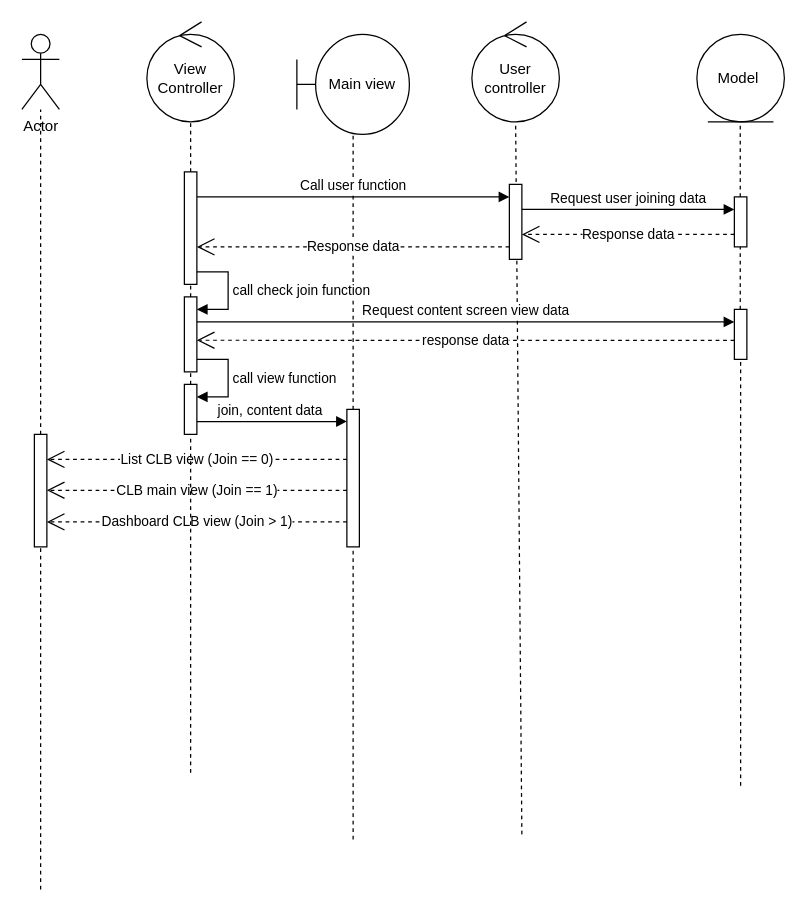
Before: page "Main view" (5 of 7) of diagram.drawio in ZanhhTrann/finall_project-, a draw.io diagram. Source tidied: cells renumbered, new cells numbered last; positions are measured from the earlier drawing's top-left corner, leaving out a move shared by most shapes. Both pictures are drawn from the tidied source at 125%, with x=0, y=0 at pixel (21, 21).
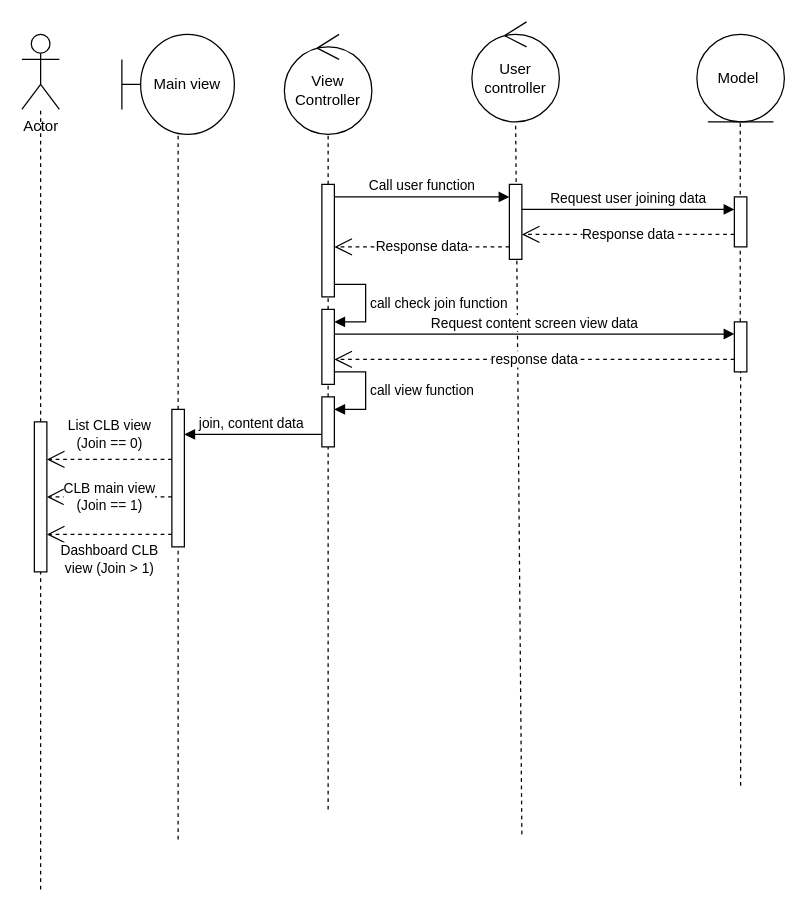
After the change.

Unchanged cells that the change refers to:
```xml
<mxCell id="10" style="html=1;points=[[0,0,0,0,5],[0,1,0,0,-5],[1,0,0,0,5],[1,1,0,0,-5]];perimeter=orthogonalPerimeter;outlineConnect=0;targetShapes=umlLifeline;portConstraint=eastwest;newEdgeStyle={&quot;curved&quot;:0,&quot;rounded&quot;:0};" parent="1" vertex="1">
  <mxGeometry x="390" y="130" width="10" height="60" as="geometry" />
</mxCell>
```

Change to the diagram source:
```diff
@@
     <mxCell id="3" value="Main view" style="shape=umlBoundary;whiteSpace=wrap;html=1;" parent="1" vertex="1">
-      <mxGeometry x="220" y="10" width="90" height="80" as="geometry" />
+      <mxGeometry x="80" y="10" width="90" height="80" as="geometry" />
     </mxCell>
@@
     <mxCell id="15" value="View Controller" style="ellipse;shape=umlControl;whiteSpace=wrap;html=1;" parent="1" vertex="1">
-      <mxGeometry x="100" width="70" height="80" as="geometry" />
+      <mxGeometry x="210" y="10" width="70" height="80" as="geometry" />
     </mxCell>
     <mxCell id="16" style="endArrow=none;dashed=1;html=1;rounded=0;" parent="1" edge="1" source="21">
       <mxGeometry relative="1" as="geometry">
-        <mxPoint x="135" y="80" as="targetPoint" />
+        <mxPoint x="245" y="90" as="targetPoint" />
       </mxGeometry>
     </mxCell>
@@
     <mxCell id="18" style="html=1;points=[[0,0,0,0,5],[0,1,0,0,-5],[1,0,0,0,5],[1,1,0,0,-5]];perimeter=orthogonalPerimeter;outlineConnect=0;targetShapes=umlLifeline;portConstraint=eastwest;newEdgeStyle={&quot;curved&quot;:0,&quot;rounded&quot;:0};" parent="1" vertex="1">
-      <mxGeometry x="130" y="220" width="10" height="60" as="geometry" />
+      <mxGeometry x="240" y="230" width="10" height="60" as="geometry" />
     </mxCell>
-    <mxCell id="19" value="&lt;div style=&quot;text-align: left;&quot;&gt;Call user function&lt;/div&gt;" style="html=1;verticalAlign=bottom;endArrow=block;curved=0;rounded=0;" parent="1" edge="1" target="10">
+    <mxCell id="19" value="&lt;div style=&quot;text-align: left;&quot;&gt;Call user function&lt;/div&gt;" style="html=1;verticalAlign=bottom;endArrow=block;curved=0;rounded=0;" parent="1" edge="1" source="21" target="10">
       <mxGeometry relative="1" as="geometry">
-        <mxPoint x="140" y="140" as="sourcePoint" />
         <Array as="points">
           <mxPoint x="390" y="140" />
         </Array>
       </mxGeometry>
     </mxCell>
@@
     <mxCell id="21" style="html=1;points=[[0,0,0,0,5],[0,1,0,0,-5],[1,0,0,0,5],[1,1,0,0,-5]];perimeter=orthogonalPerimeter;outlineConnect=0;targetShapes=umlLifeline;portConstraint=eastwest;newEdgeStyle={&quot;curved&quot;:0,&quot;rounded&quot;:0};" parent="1" vertex="1">
-      <mxGeometry x="130" y="120" width="10" height="90" as="geometry" />
+      <mxGeometry x="240" y="130" width="10" height="90" as="geometry" />
     </mxCell>
-    <mxCell id="22" value="Response data" style="endArrow=open;endSize=12;dashed=1;html=1;rounded=0;" parent="1" edge="1" source="10">
+    <mxCell id="22" value="Response data" style="endArrow=open;endSize=12;dashed=1;html=1;rounded=0;" parent="1" edge="1">
       <mxGeometry relative="1" as="geometry">
-        <mxPoint x="140" y="180" as="targetPoint" />
+        <mxPoint x="390" y="180" as="sourcePoint" />
+        <mxPoint x="250" y="180" as="targetPoint" />
       </mxGeometry>
     </mxCell>
     <mxCell id="23" value="call check join function&amp;nbsp;" style="html=1;align=left;spacingLeft=2;endArrow=block;rounded=0;edgeStyle=orthogonalEdgeStyle;curved=0;rounded=0;" parent="1" edge="1" target="18">
       <mxGeometry relative="1" as="geometry">
-        <mxPoint x="140" y="200" as="sourcePoint" />
+        <mxPoint x="250" y="210" as="sourcePoint" />
         <Array as="points">
-          <mxPoint x="165" y="200" />
-          <mxPoint x="165" y="230" />
+          <mxPoint x="275" y="210" />
+          <mxPoint x="275" y="240" />
         </Array>
       </mxGeometry>
     </mxCell>
     <mxCell id="24" style="endArrow=none;dashed=1;html=1;rounded=0;" parent="1" edge="1" target="25">
       <mxGeometry relative="1" as="geometry">
-        <mxPoint x="265" y="654" as="sourcePoint" />
+        <mxPoint x="125" y="654" as="sourcePoint" />
       </mxGeometry>
     </mxCell>
     <mxCell id="25" style="html=1;points=[[0,0,0,0,5],[0,1,0,0,-5],[1,0,0,0,5],[1,1,0,0,-5]];perimeter=orthogonalPerimeter;outlineConnect=0;targetShapes=umlLifeline;portConstraint=eastwest;newEdgeStyle={&quot;curved&quot;:0,&quot;rounded&quot;:0};" parent="1" vertex="1">
-      <mxGeometry x="260" y="310" width="10" height="110" as="geometry" />
+      <mxGeometry x="120" y="310" width="10" height="110" as="geometry" />
     </mxCell>
     <mxCell id="26" value="&lt;div style=&quot;text-align: left;&quot;&gt;Request content screen view data&lt;/div&gt;" style="html=1;verticalAlign=bottom;endArrow=block;curved=0;rounded=0;" parent="1" edge="1">
       <mxGeometry relative="1" as="geometry">
-        <mxPoint x="140" y="240" as="sourcePoint" />
-        <mxPoint x="570" y="240" as="targetPoint" />
-        <Array as="points">
-          <mxPoint x="150" y="240" />
-        </Array>
+        <mxPoint x="250" y="249.7" as="sourcePoint" />
+        <mxPoint x="570" y="249.7" as="targetPoint" />
       </mxGeometry>
     </mxCell>
     <mxCell id="27" style="html=1;points=[[0,0,0,0,5],[0,1,0,0,-5],[1,0,0,0,5],[1,1,0,0,-5]];perimeter=orthogonalPerimeter;outlineConnect=0;targetShapes=umlLifeline;portConstraint=eastwest;newEdgeStyle={&quot;curved&quot;:0,&quot;rounded&quot;:0};" parent="1" vertex="1">
-      <mxGeometry x="570" y="230" width="10" height="40" as="geometry" />
+      <mxGeometry x="570" y="240" width="10" height="40" as="geometry" />
     </mxCell>
-    <mxCell id="28" value="response data" style="endArrow=open;endSize=12;dashed=1;html=1;rounded=0;" parent="1" edge="1">
+    <mxCell id="28" value="response data" style="endArrow=open;endSize=12;dashed=1;html=1;rounded=0;" parent="1" edge="1" target="18">
       <mxGeometry relative="1" as="geometry">
-        <mxPoint x="570" y="254.7" as="sourcePoint" />
-        <mxPoint x="140" y="254.7" as="targetPoint" />
+        <mxPoint x="570" y="270" as="sourcePoint" />
       </mxGeometry>
     </mxCell>
     <mxCell id="29" value="call view function&amp;nbsp;" style="html=1;align=left;spacingLeft=2;endArrow=block;rounded=0;edgeStyle=orthogonalEdgeStyle;curved=0;rounded=0;" parent="1" edge="1">
       <mxGeometry relative="1" as="geometry">
-        <mxPoint x="140" y="270" as="sourcePoint" />
-        <mxPoint x="140" y="300" as="targetPoint" />
+        <mxPoint x="250" y="280" as="sourcePoint" />
+        <mxPoint x="250" y="310" as="targetPoint" />
         <Array as="points">
-          <mxPoint x="165" y="270" />
-          <mxPoint x="165" y="300" />
+          <mxPoint x="275" y="280" />
+          <mxPoint x="275" y="310" />
         </Array>
       </mxGeometry>
     </mxCell>
-    <mxCell id="30" value="&lt;div style=&quot;text-align: left;&quot;&gt;join, content data&amp;nbsp;&lt;/div&gt;" style="html=1;verticalAlign=bottom;endArrow=block;curved=0;rounded=0;" parent="1" edge="1">
+    <mxCell id="30" value="&lt;div style=&quot;text-align: left;&quot;&gt;join, content data&amp;nbsp;&lt;/div&gt;" style="html=1;verticalAlign=bottom;endArrow=block;curved=0;rounded=0;" parent="1" edge="1" target="25">
       <mxGeometry relative="1" as="geometry">
-        <mxPoint x="140" y="319.7" as="sourcePoint" />
-        <mxPoint x="260" y="319.7" as="targetPoint" />
-        <Array as="points">
-          <mxPoint x="150" y="319.7" />
-        </Array>
+        <mxPoint x="240" y="330" as="sourcePoint" />
       </mxGeometry>
     </mxCell>
-    <mxCell id="31" value="List CLB view (Join == 0)" style="endArrow=open;endSize=12;dashed=1;html=1;rounded=0;" parent="1" edge="1">
-      <mxGeometry relative="1" as="geometry">
-        <mxPoint x="260" y="350" as="sourcePoint" />
+    <mxCell id="31" value="List CLB view&lt;div&gt;(Join == 0)&lt;/div&gt;" style="endArrow=open;endSize=12;dashed=1;html=1;rounded=0;" parent="1" edge="1" source="25">
+      <mxGeometry y="-20" relative="1" as="geometry">
         <mxPoint x="20" y="350" as="targetPoint" />
       </mxGeometry>
     </mxCell>
@@
     <mxCell id="33" style="html=1;points=[[0,0,0,0,5],[0,1,0,0,-5],[1,0,0,0,5],[1,1,0,0,-5]];perimeter=orthogonalPerimeter;outlineConnect=0;targetShapes=umlLifeline;portConstraint=eastwest;newEdgeStyle={&quot;curved&quot;:0,&quot;rounded&quot;:0};" parent="1" vertex="1">
-      <mxGeometry x="10" y="330" width="10" height="90" as="geometry" />
+      <mxGeometry x="10" y="320" width="10" height="120" as="geometry" />
     </mxCell>
-    <mxCell id="34" value="CLB main view (Join == 1)" style="endArrow=open;endSize=12;dashed=1;html=1;rounded=0;" parent="1" edge="1">
+    <mxCell id="34" value="CLB main view&lt;div&gt;(Join == 1)&lt;/div&gt;" style="endArrow=open;endSize=12;dashed=1;html=1;rounded=0;" parent="1" edge="1">
       <mxGeometry relative="1" as="geometry">
-        <mxPoint x="260" y="374.7" as="sourcePoint" />
-        <mxPoint x="20" y="374.7" as="targetPoint" />
+        <mxPoint x="120" y="380" as="sourcePoint" />
+        <mxPoint x="20" y="380" as="targetPoint" />
       </mxGeometry>
     </mxCell>
-    <mxCell id="35" value="Dashboard CLB view (Join &amp;gt; 1)" style="endArrow=open;endSize=12;dashed=1;html=1;rounded=0;" parent="1" edge="1">
-      <mxGeometry relative="1" as="geometry">
-        <mxPoint x="260" y="400" as="sourcePoint" />
-        <mxPoint x="20" y="400" as="targetPoint" />
+    <mxCell id="35" value="Dashboard CLB&lt;div&gt;view (Join &amp;gt; 1)&lt;/div&gt;" style="endArrow=open;endSize=12;dashed=1;html=1;rounded=0;" parent="1" edge="1">
+      <mxGeometry y="20" relative="1" as="geometry">
+        <mxPoint x="120" y="410" as="sourcePoint" />
+        <mxPoint x="20" y="410" as="targetPoint" />
       </mxGeometry>
     </mxCell>
     <mxCell id="36" style="endArrow=none;dashed=1;html=1;rounded=0;" parent="1" edge="1" target="37">
       <mxGeometry relative="1" as="geometry">
-        <mxPoint x="135" y="600.6" as="sourcePoint" />
+        <mxPoint x="245" y="630" as="sourcePoint" />
       </mxGeometry>
     </mxCell>
     <mxCell id="37" style="html=1;points=[[0,0,0,0,5],[0,1,0,0,-5],[1,0,0,0,5],[1,1,0,0,-5]];perimeter=orthogonalPerimeter;outlineConnect=0;targetShapes=umlLifeline;portConstraint=eastwest;newEdgeStyle={&quot;curved&quot;:0,&quot;rounded&quot;:0};" parent="1" vertex="1">
-      <mxGeometry x="130" y="290" width="10" height="40" as="geometry" />
+      <mxGeometry x="240" y="300" width="10" height="40" as="geometry" />
     </mxCell>
```
